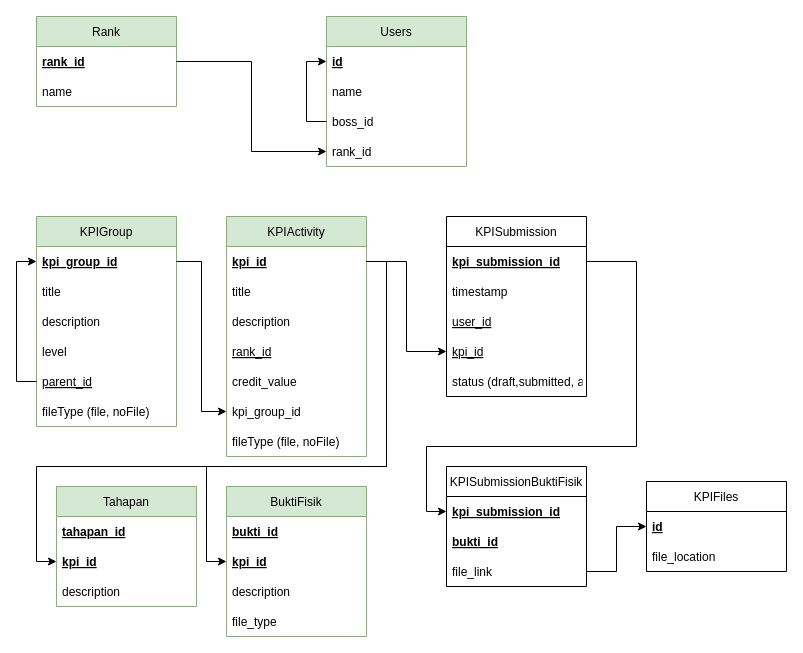
Above: page "PDM" (1 of 5) of Diagrams.drawio in FaisZ/KPISystem (draw.io), before the change. Source tidied: cells renumbered, new cells numbered last; positions are measured from the earlier drawing's top-left corner, leaving out a move shared by most shapes. Both pictures are drawn from the tidied source at 100%, with x=0, y=0 at pixel (36, 16).
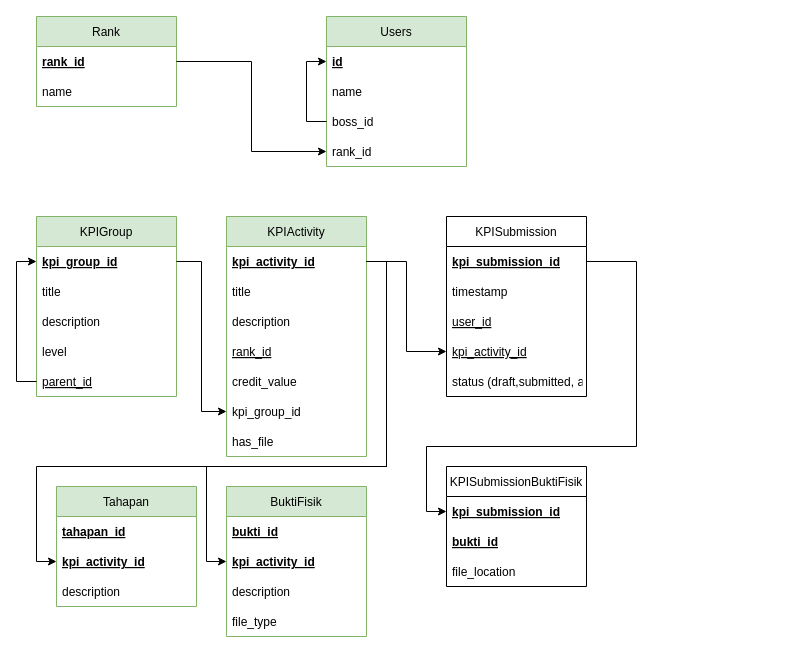
Above is the later version.

The change refers to these unchanged cells:
```xml
<mxCell id="8" value="KPIActivity" style="swimlane;fontStyle=0;horizontal=1;startSize=30;fillColor=#d5e8d4;strokeColor=#82b366;" parent="1" vertex="1">
  <mxGeometry x="190" y="200" width="140" height="240" as="geometry" />
</mxCell>
<mxCell id="16" value="KPISubmission" style="swimlane;fontStyle=0;horizontal=1;startSize=30;" parent="1" vertex="1">
  <mxGeometry x="410" y="200" width="140" height="180" as="geometry" />
</mxCell>
<mxCell id="37" value="Tahapan" style="swimlane;fontStyle=0;horizontal=1;startSize=30;fillColor=#d5e8d4;strokeColor=#82b366;" parent="1" vertex="1">
  <mxGeometry x="20" y="470" width="140" height="120" as="geometry" />
</mxCell>
<mxCell id="41" value="BuktiFisik" style="swimlane;fontStyle=0;horizontal=1;startSize=30;fillColor=#d5e8d4;strokeColor=#82b366;" parent="1" vertex="1">
  <mxGeometry x="190" y="470" width="140" height="150" as="geometry" />
</mxCell>
<mxCell id="46" value="KPISubmissionBuktiFisik" style="swimlane;fontStyle=0;horizontal=1;startSize=30;" parent="1" vertex="1">
  <mxGeometry x="410" y="450" width="140" height="120" as="geometry" />
</mxCell>
```

Diff of the diagram source:
```diff
@@
-    <mxCell id="9" value="kpi_id" style="text;strokeColor=none;fillColor=none;align=left;verticalAlign=middle;spacingLeft=4;spacingRight=4;overflow=hidden;points=[[0,0.5],[1,0.5]];portConstraint=eastwest;fontStyle=5;" parent="8" vertex="1">
+    <mxCell id="9" value="kpi_activity_id" style="text;strokeColor=none;fillColor=none;align=left;verticalAlign=middle;spacingLeft=4;spacingRight=4;overflow=hidden;points=[[0,0.5],[1,0.5]];portConstraint=eastwest;fontStyle=5;" parent="8" vertex="1">
       <mxGeometry y="30" width="140" height="30" as="geometry" />
     </mxCell>
@@
-    <mxCell id="15" value="fileType (file, noFile)" style="text;strokeColor=none;fillColor=none;align=left;verticalAlign=middle;spacingLeft=4;spacingRight=4;overflow=hidden;" parent="8" vertex="1">
+    <mxCell id="15" value="has_file" style="text;strokeColor=none;fillColor=none;align=left;verticalAlign=middle;spacingLeft=4;spacingRight=4;overflow=hidden;" parent="8" vertex="1">
       <mxGeometry y="210" width="140" height="30" as="geometry" />
     </mxCell>
@@
-    <mxCell id="20" value="kpi_id" style="text;strokeColor=none;fillColor=none;align=left;verticalAlign=middle;spacingLeft=4;spacingRight=4;overflow=hidden;points=[[0,0.5],[1,0.5]];portConstraint=eastwest;fontStyle=4;" parent="16" vertex="1">
+    <mxCell id="20" value="kpi_activity_id" style="text;strokeColor=none;fillColor=none;align=left;verticalAlign=middle;spacingLeft=4;spacingRight=4;overflow=hidden;points=[[0,0.5],[1,0.5]];portConstraint=eastwest;fontStyle=4;" parent="16" vertex="1">
       <mxGeometry y="120" width="140" height="30" as="geometry" />
     </mxCell>
@@
-    <mxCell id="22" value="KPIFiles" style="swimlane;fontStyle=0;horizontal=1;startSize=30;" parent="1" vertex="1">
-      <mxGeometry x="610" y="465" width="140" height="90" as="geometry" />
-    </mxCell>
-    <mxCell id="23" value="id" style="text;strokeColor=none;fillColor=none;align=left;verticalAlign=middle;spacingLeft=4;spacingRight=4;overflow=hidden;points=[[0,0.5],[1,0.5]];portConstraint=eastwest;fontStyle=5;" parent="22" vertex="1">
-      <mxGeometry y="30" width="140" height="30" as="geometry" />
-    </mxCell>
-    <mxCell id="24" value="file_location" style="text;strokeColor=none;fillColor=none;align=left;verticalAlign=middle;spacingLeft=4;spacingRight=4;overflow=hidden;fontStyle=0;" parent="22" vertex="1">
-      <mxGeometry y="60" width="140" height="30" as="geometry" />
-    </mxCell>
@@
     <mxCell id="26" value="KPIGroup" style="swimlane;fontStyle=0;horizontal=1;startSize=30;fillColor=#d5e8d4;strokeColor=#82b366;" parent="1" vertex="1">
-      <mxGeometry y="200" width="140" height="210" as="geometry" />
+      <mxGeometry y="200" width="140" height="180" as="geometry" />
     </mxCell>
@@
-    <mxCell id="33" value="fileType (file, noFile)" style="text;strokeColor=none;fillColor=none;align=left;verticalAlign=middle;spacingLeft=4;spacingRight=4;overflow=hidden;" parent="26" vertex="1">
-      <mxGeometry y="180" width="140" height="30" as="geometry" />
-    </mxCell>
@@
-    <mxCell id="39" value="kpi_id" style="text;strokeColor=none;fillColor=none;align=left;verticalAlign=middle;spacingLeft=4;spacingRight=4;overflow=hidden;points=[[0,0.5],[1,0.5]];portConstraint=eastwest;fontStyle=5;" parent="37" vertex="1">
+    <mxCell id="39" value="kpi_activity_id" style="text;strokeColor=none;fillColor=none;align=left;verticalAlign=middle;spacingLeft=4;spacingRight=4;overflow=hidden;points=[[0,0.5],[1,0.5]];portConstraint=eastwest;fontStyle=5;" parent="37" vertex="1">
       <mxGeometry y="60" width="140" height="30" as="geometry" />
     </mxCell>
@@
-    <mxCell id="43" value="kpi_id" style="text;strokeColor=none;fillColor=none;align=left;verticalAlign=middle;spacingLeft=4;spacingRight=4;overflow=hidden;points=[[0,0.5],[1,0.5]];portConstraint=eastwest;fontStyle=5;" parent="41" vertex="1">
+    <mxCell id="43" value="kpi_activity_id" style="text;strokeColor=none;fillColor=none;align=left;verticalAlign=middle;spacingLeft=4;spacingRight=4;overflow=hidden;points=[[0,0.5],[1,0.5]];portConstraint=eastwest;fontStyle=5;" parent="41" vertex="1">
       <mxGeometry y="60" width="140" height="30" as="geometry" />
     </mxCell>
@@
-    <mxCell id="49" value="file_link" style="text;strokeColor=none;fillColor=none;align=left;verticalAlign=middle;spacingLeft=4;spacingRight=4;overflow=hidden;points=[[0,0.5],[1,0.5]];portConstraint=eastwest;" parent="46" vertex="1">
+    <mxCell id="49" value="file_location" style="text;strokeColor=none;fillColor=none;align=left;verticalAlign=middle;spacingLeft=4;spacingRight=4;overflow=hidden;points=[[0,0.5],[1,0.5]];portConstraint=eastwest;" parent="46" vertex="1">
       <mxGeometry y="90" width="140" height="30" as="geometry" />
     </mxCell>
-    <mxCell id="50" style="edgeStyle=orthogonalEdgeStyle;rounded=0;jettySize=auto;html=1;exitX=1;exitY=0.5;exitDx=0;exitDy=0;entryX=0;entryY=0.5;entryDx=0;entryDy=0;" parent="1" edge="1" source="49" target="23">
-      <mxGeometry relative="1" as="geometry" />
-    </mxCell>
```
